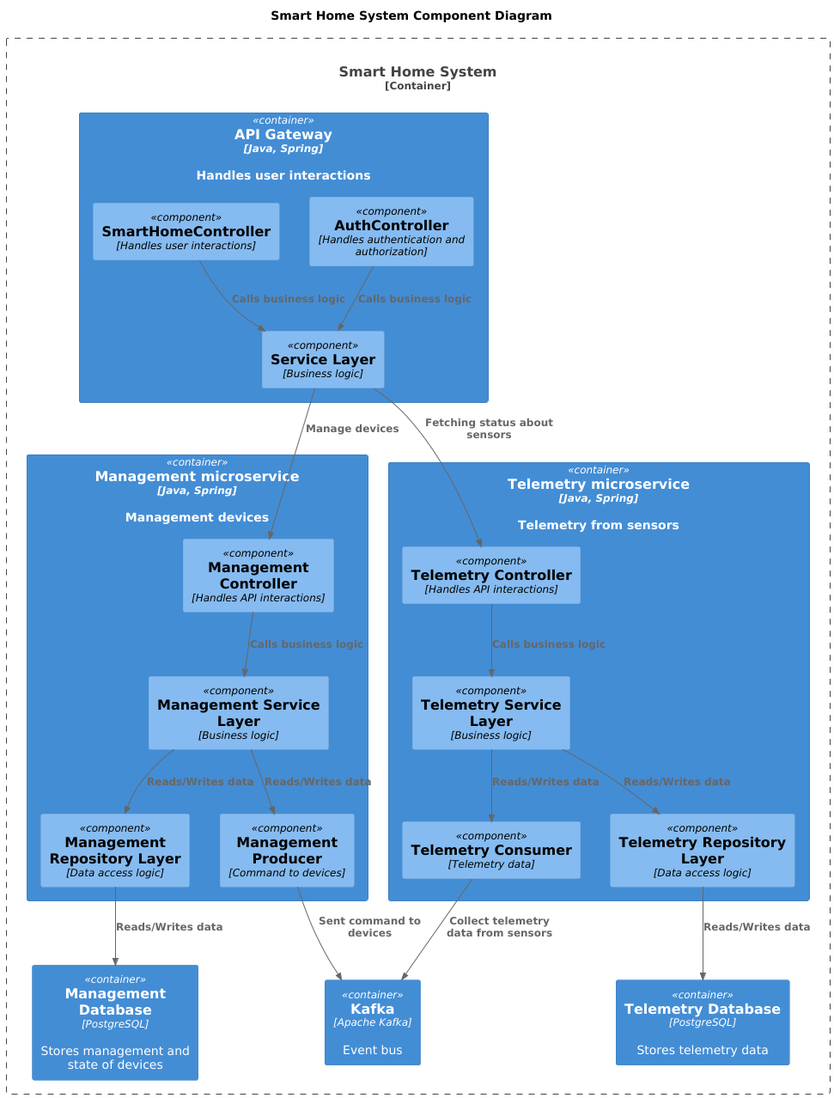
Before: docs/smart-home-microservices-Component-Smart_Home_System_Component_Diagram.png, a diagram exported from PlantUML (vskurikhin/architecture-sprint-3).
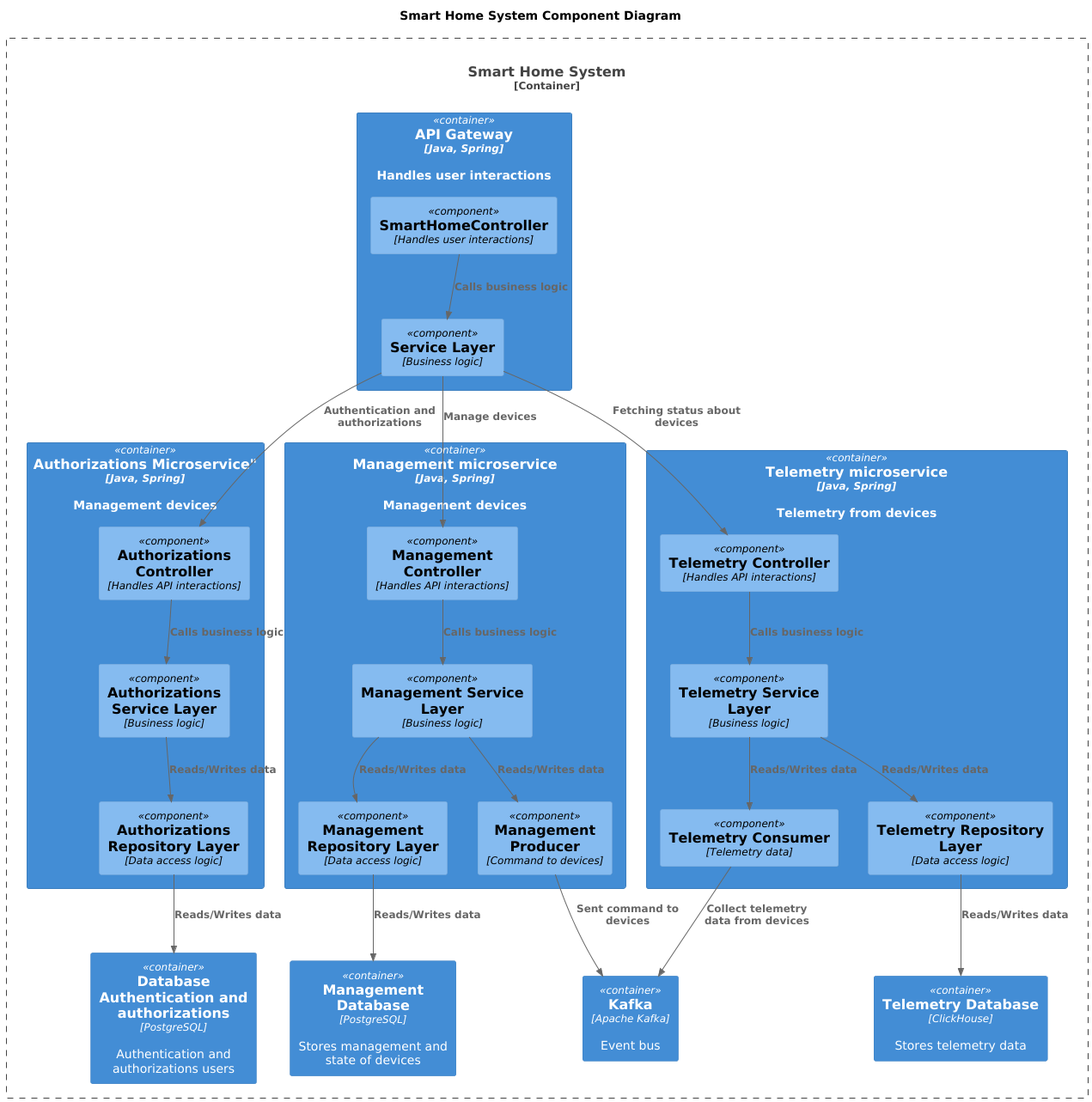
The same diagram one commit later.

Diff of the diagram source:
```diff
@@ -10,17 +10,24 @@
 
 Container_Boundary(SmartHomeSystem, "Smart Home System") {
   Container(APIGateway, "API Gateway", "Java, Spring", "Handles user interactions")
+  Container(Auth, Authorizations Microservice", "Java, Spring", "Management devices")
   Container(Management, "Management microservice", "Java, Spring", "Management devices")
-  Container(Telemetry, "Telemetry microservice", "Java, Spring", "Telemetry from sensors")
+  Container(Telemetry, "Telemetry microservice", "Java, Spring", "Telemetry from devices")
+  Container(AuthDatabase, "Database Authentication and authorizations", "PostgreSQL", "Authentication and authorizations users")
   Container(ManagementDatabase, "Management Database", "PostgreSQL", "Stores management and state of devices")
   Container(Kafka, "Kafka", "Apache Kafka", "Event bus")
-  Container(TelemetryDatabase, "Telemetry Database", "PostgreSQL", "Stores telemetry data")
+  Container(TelemetryDatabase, "Telemetry Database", "ClickHouse", "Stores telemetry data")
 }
 
 Container(APIGateway, "API Gateway", "Java, Spring") {
-  Component(AuthController, "AuthController", "Handles authentication and authorization")
   Component(SmartHomeController, "SmartHomeController", "Handles user interactions")
   Component(ServiceLayer, "Service Layer", "Business logic")
+}
+
+Container(Auth, "Authorizations Microservice", "Java, Spring") {
+  Component(AuthController, "Authorizations Controller", "Handles API interactions")
+  Component(AuthServiceLayer, "Authorizations Service Layer", "Business logic")
+  Component(AuthRepositoryLayer, "Authorizations Repository Layer", "Data access logic")
 }
 
 Container(Management, "Management microservice", "Java, Spring") {
@@ -37,18 +44,21 @@
   Component(TelemetryRepositoryLayer, "Telemetry Repository Layer", "Data access logic")
 }
 
-Rel(AuthController,ServiceLayer,"Calls business logic")
 Rel(SmartHomeController,ServiceLayer,"Calls business logic")
+Rel(ServiceLayer,AuthController,"Authentication and authorizations")
 Rel(ServiceLayer,ManagementController,"Manage devices")
-Rel(ServiceLayer,TelemetryController,"Fetching status about sensors")
+Rel(ServiceLayer,TelemetryController,"Fetching status about devices")
+Rel(AuthController,AuthServiceLayer,"Calls business logic")
 Rel(ManagementController,ManagementServiceLayer,"Calls business logic")
 Rel(TelemetryController,TelemetryServiceLayer,"Calls business logic")
+Rel(AuthServiceLayer,AuthRepositoryLayer,"Reads/Writes data")
 Rel(ManagementServiceLayer,ManagementRepositoryLayer,"Reads/Writes data")
 Rel(ManagementServiceLayer,ManagementProducer,"Reads/Writes data")
 Rel(TelemetryServiceLayer,TelemetryConsumer,"Reads/Writes data")
 Rel(TelemetryServiceLayer,TelemetryRepositoryLayer,"Reads/Writes data")
+Rel(AuthRepositoryLayer,AuthDatabase,"Reads/Writes data")
 Rel(ManagementRepositoryLayer,ManagementDatabase,"Reads/Writes data")
 Rel(ManagementProducer,Kafka,"Sent command to devices")
-Rel(TelemetryConsumer,Kafka,"Collect telemetry data from sensors")
+Rel(TelemetryConsumer,Kafka,"Collect telemetry data from devices")
 Rel(TelemetryRepositoryLayer,TelemetryDatabase,"Reads/Writes data")
 @enduml
```
